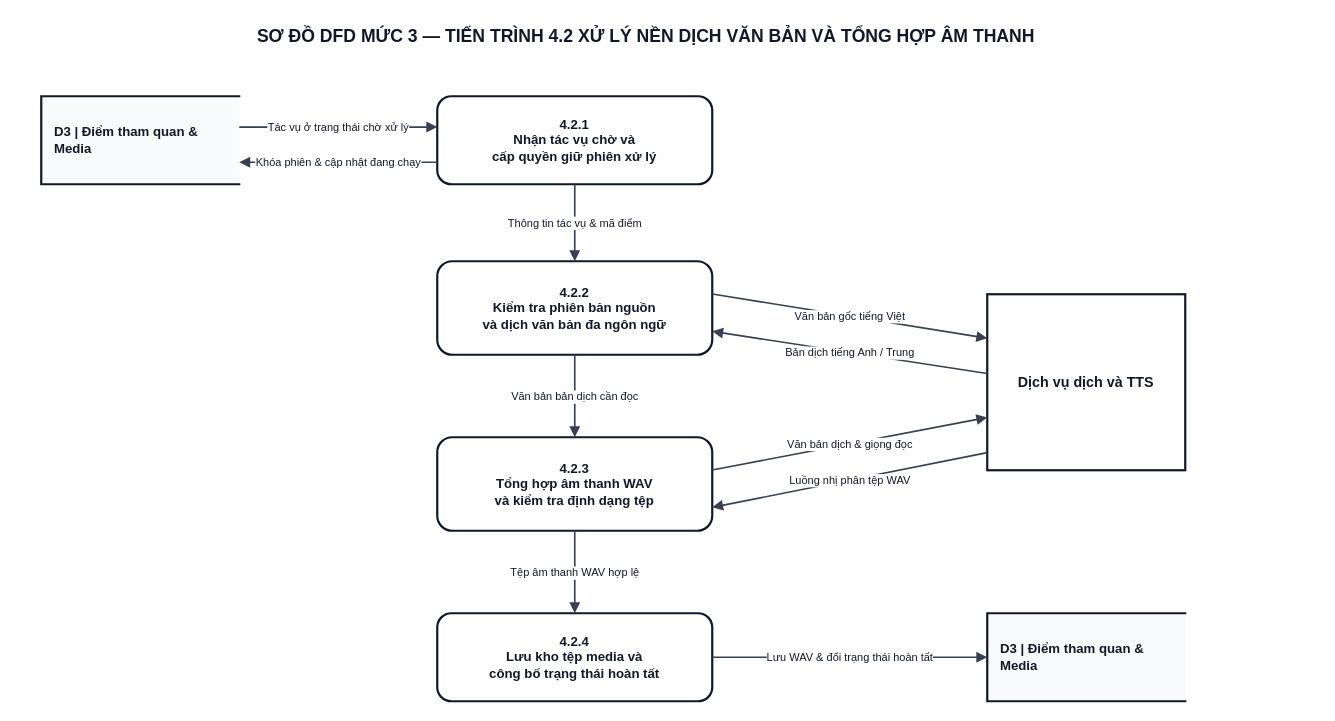
Before: docs/diagram/dfd/DFD_Level_3_P4_2_Pipeline_Translation_TTS.drawio in Kazuken123/prj_sgu26_cnpm, a draw.io diagram. Source tidied: cells renumbered, new cells numbered last; positions are measured from the earlier drawing's top-left corner, leaving out a move shared by most shapes. Both pictures are drawn from the tidied source at 110%, with x=0, y=0 at pixel (30, 19).
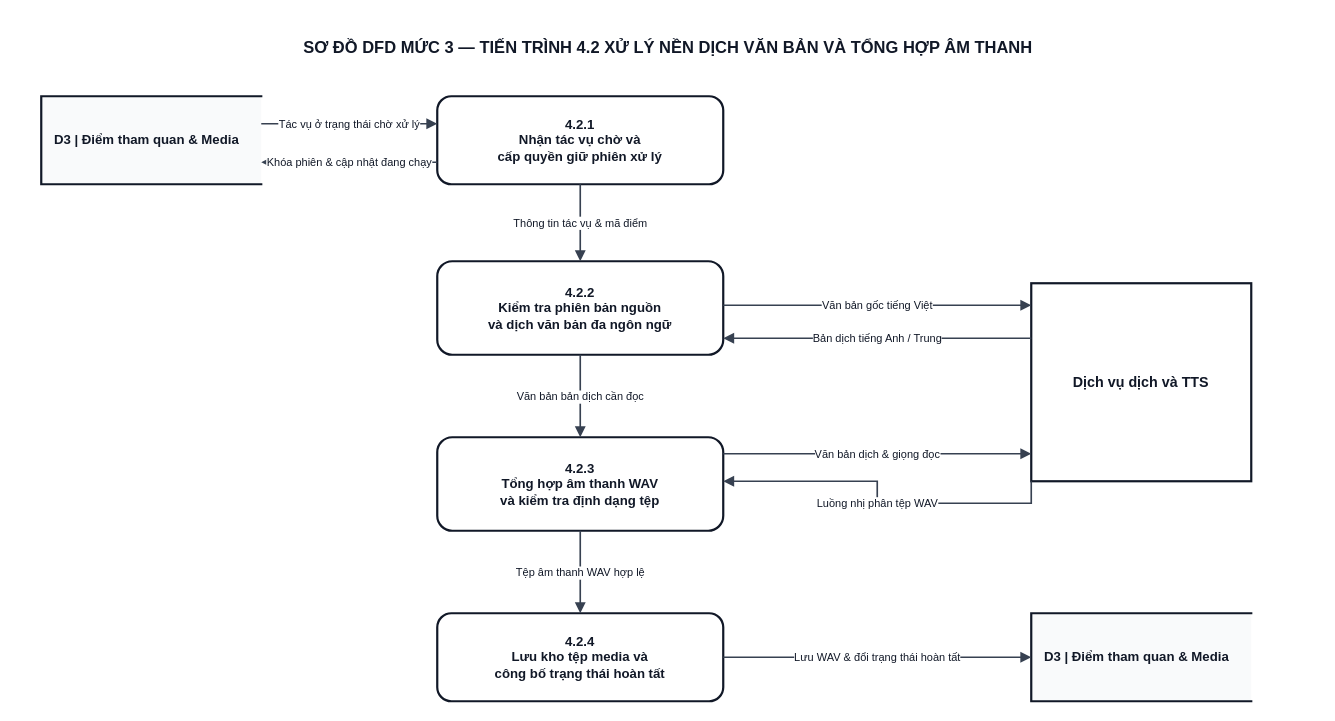
After the change.

The edit, as a diff of the source:
```diff
@@
 <mxGraphModel>
   <root>
     <mxCell id="0" />
     <mxCell id="1" parent="0" />
-    <mxCell id="2" value="SƠ ĐỒ DFD MỨC 3 — TIẾN TRÌNH 4.2 XỬ LÝ NỀN DỊCH VĂN BẢN VÀ TỔNG HỢP ÂM THANH" style="text;html=1;align=center;verticalAlign=middle;whiteSpace=wrap;fontFamily=Arial;fontSize=16;fontStyle=1;fillColor=none;strokeColor=none;fontColor=#111827;" parent="1" vertex="1">
-      <mxGeometry width="1120" height="30" as="geometry" />
+    <mxCell id="2" value="SƠ ĐỒ DFD MỨC 3 — TIẾN TRÌNH 4.2 XỬ LÝ NỀN DỊCH VĂN BẢN VÀ TỔNG HỢP ÂM THANH" style="text;html=1;align=center;verticalAlign=middle;whiteSpace=wrap;fontFamily=Arial;fontSize=15;fontStyle=1;fillColor=none;strokeColor=none;fontColor=#111827;" parent="1" vertex="1">
+      <mxGeometry x="-10" y="10" width="1180" height="30" as="geometry" />
     </mxCell>
     <mxCell id="3" value="&lt;b&gt;4.2.1&lt;/b&gt;&lt;br/&gt;Nhận tác vụ chờ và&lt;br/&gt;cấp quyền giữ phiên xử lý" style="rounded=1;arcSize=16;whiteSpace=wrap;html=1;fillColor=#FFFFFF;strokeColor=#111827;strokeWidth=2;fontFamily=Arial;fontSize=12;fontStyle=1;fontColor=#111827;align=center;" parent="1" vertex="1">
-      <mxGeometry x="370" y="70" width="250" height="80" as="geometry" />
+      <mxGeometry x="370" y="70" width="260" height="80" as="geometry" />
     </mxCell>
     <mxCell id="4" value="&lt;b&gt;4.2.2&lt;/b&gt;&lt;br/&gt;Kiểm tra phiên bản nguồn&lt;br/&gt;và dịch văn bản đa ngôn ngữ" style="rounded=1;arcSize=16;whiteSpace=wrap;html=1;fillColor=#FFFFFF;strokeColor=#111827;strokeWidth=2;fontFamily=Arial;fontSize=12;fontStyle=1;fontColor=#111827;align=center;" parent="1" vertex="1">
-      <mxGeometry x="370" y="220" width="250" height="85" as="geometry" />
+      <mxGeometry x="370" y="220" width="260" height="85" as="geometry" />
     </mxCell>
     <mxCell id="5" value="&lt;b&gt;4.2.3&lt;/b&gt;&lt;br/&gt;Tổng hợp âm thanh WAV&lt;br/&gt;và kiểm tra định dạng tệp" style="rounded=1;arcSize=16;whiteSpace=wrap;html=1;fillColor=#FFFFFF;strokeColor=#111827;strokeWidth=2;fontFamily=Arial;fontSize=12;fontStyle=1;fontColor=#111827;align=center;" parent="1" vertex="1">
-      <mxGeometry x="370" y="380" width="250" height="85" as="geometry" />
+      <mxGeometry x="370" y="380" width="260" height="85" as="geometry" />
     </mxCell>
     <mxCell id="6" value="&lt;b&gt;4.2.4&lt;/b&gt;&lt;br/&gt;Lưu kho tệp media và&lt;br/&gt;công bố trạng thái hoàn tất" style="rounded=1;arcSize=16;whiteSpace=wrap;html=1;fillColor=#FFFFFF;strokeColor=#111827;strokeWidth=2;fontFamily=Arial;fontSize=12;fontStyle=1;fontColor=#111827;align=center;" parent="1" vertex="1">
-      <mxGeometry x="370" y="540" width="250" height="80" as="geometry" />
+      <mxGeometry x="370" y="540" width="260" height="80" as="geometry" />
     </mxCell>
-    <mxCell id="7" value="Thông tin tác vụ &amp; mã điểm" style="rounded=0;html=1;strokeColor=#374151;strokeWidth=1.5;endArrow=block;endFill=1;fontFamily=Arial;fontSize=10;fontColor=#111827;labelBackgroundColor=#FFFFFF;spacing=2;exitX=0.5;exitY=1;exitDx=0;exitDy=0;entryX=0.5;entryY=0;entryDx=0;entryDy=0;edgeStyle=none;" parent="1" edge="1" source="3" target="4">
+    <mxCell id="7" value="Thông tin tác vụ &amp; mã điểm" style="edgeStyle=orthogonalEdgeStyle;rounded=0;jettySize=auto;html=1;strokeColor=#374151;strokeWidth=1.5;endArrow=block;endFill=1;fontFamily=Arial;fontSize=10;fontColor=#111827;labelBackgroundColor=#FFFFFF;spacing=2;exitX=0.5000;exitY=1.0000;exitDx=0;exitDy=0;entryX=0.5000;entryY=0.0000;entryDx=0;entryDy=0;" parent="1" edge="1" source="3" target="4">
       <mxGeometry relative="1" as="geometry" />
     </mxCell>
-    <mxCell id="8" value="Văn bản bản dịch cần đọc" style="rounded=0;html=1;strokeColor=#374151;strokeWidth=1.5;endArrow=block;endFill=1;fontFamily=Arial;fontSize=10;fontColor=#111827;labelBackgroundColor=#FFFFFF;spacing=2;exitX=0.5;exitY=1;exitDx=0;exitDy=0;entryX=0.5;entryY=0;entryDx=0;entryDy=0;edgeStyle=none;" parent="1" edge="1" source="4" target="5">
+    <mxCell id="8" value="Văn bản bản dịch cần đọc" style="edgeStyle=orthogonalEdgeStyle;rounded=0;jettySize=auto;html=1;strokeColor=#374151;strokeWidth=1.5;endArrow=block;endFill=1;fontFamily=Arial;fontSize=10;fontColor=#111827;labelBackgroundColor=#FFFFFF;spacing=2;exitX=0.5000;exitY=1.0000;exitDx=0;exitDy=0;entryX=0.5000;entryY=0.0000;entryDx=0;entryDy=0;" parent="1" edge="1" source="4" target="5">
       <mxGeometry relative="1" as="geometry" />
     </mxCell>
-    <mxCell id="9" value="Tệp âm thanh WAV hợp lệ" style="rounded=0;html=1;strokeColor=#374151;strokeWidth=1.5;endArrow=block;endFill=1;fontFamily=Arial;fontSize=10;fontColor=#111827;labelBackgroundColor=#FFFFFF;spacing=2;exitX=0.5;exitY=1;exitDx=0;exitDy=0;entryX=0.5;entryY=0;entryDx=0;entryDy=0;edgeStyle=none;" parent="1" edge="1" source="5" target="6">
+    <mxCell id="9" value="Tệp âm thanh WAV hợp lệ" style="edgeStyle=orthogonalEdgeStyle;rounded=0;jettySize=auto;html=1;strokeColor=#374151;strokeWidth=1.5;endArrow=block;endFill=1;fontFamily=Arial;fontSize=10;fontColor=#111827;labelBackgroundColor=#FFFFFF;spacing=2;exitX=0.5000;exitY=1.0000;exitDx=0;exitDy=0;entryX=0.5000;entryY=0.0000;entryDx=0;entryDy=0;" parent="1" edge="1" source="5" target="6">
       <mxGeometry relative="1" as="geometry" />
     </mxCell>
     <mxCell id="10" value="&lt;b&gt;D3&lt;/b&gt; | Điểm tham quan &amp; Media" style="shape=partialRectangle;whiteSpace=wrap;html=1;left=1;right=0;top=1;bottom=1;fillColor=#F9FAFB;strokeColor=#111827;strokeWidth=2;fontFamily=Arial;fontSize=12;fontStyle=1;fontColor=#111827;align=left;spacingLeft=10;" parent="1" vertex="1">
-      <mxGeometry x="10" y="70" width="180" height="80" as="geometry" />
+      <mxGeometry x="10" y="70" width="200" height="80" as="geometry" />
     </mxCell>
     <mxCell id="11" value="&lt;b&gt;D3&lt;/b&gt; | Điểm tham quan &amp; Media" style="shape=partialRectangle;whiteSpace=wrap;html=1;left=1;right=0;top=1;bottom=1;fillColor=#F9FAFB;strokeColor=#111827;strokeWidth=2;fontFamily=Arial;fontSize=12;fontStyle=1;fontColor=#111827;align=left;spacingLeft=10;" parent="1" vertex="1">
-      <mxGeometry x="870" y="540" width="180" height="80" as="geometry" />
+      <mxGeometry x="910" y="540" width="200" height="80" as="geometry" />
     </mxCell>
     <mxCell id="12" value="Dịch vụ dịch và TTS" style="rounded=0;whiteSpace=wrap;html=1;fillColor=#FFFFFF;strokeColor=#111827;strokeWidth=2;fontFamily=Arial;fontSize=13;fontStyle=1;fontColor=#111827;align=center;" parent="1" vertex="1">
-      <mxGeometry x="870" y="250" width="180" height="160" as="geometry" />
+      <mxGeometry x="910" y="240" width="200" height="180" as="geometry" />
     </mxCell>
-    <mxCell id="13" value="Tác vụ ở trạng thái chờ xử lý" style="rounded=0;html=1;strokeColor=#374151;strokeWidth=1.5;endArrow=block;endFill=1;fontFamily=Arial;fontSize=10;fontColor=#111827;labelBackgroundColor=#FFFFFF;spacing=2;exitX=1;exitY=0.35;exitDx=0;exitDy=0;entryX=0;entryY=0.35;entryDx=0;entryDy=0;edgeStyle=none;" parent="1" edge="1" source="10" target="3">
+    <mxCell id="13" value="Tác vụ ở trạng thái chờ xử lý" style="edgeStyle=orthogonalEdgeStyle;rounded=0;jettySize=auto;html=1;strokeColor=#374151;strokeWidth=1.5;endArrow=block;endFill=1;fontFamily=Arial;fontSize=10;fontColor=#111827;labelBackgroundColor=#FFFFFF;spacing=2;exitX=1.0000;exitY=0.3125;exitDx=0;exitDy=0;entryX=0.0000;entryY=0.3125;entryDx=0;entryDy=0;" parent="1" edge="1" source="10" target="3">
       <mxGeometry relative="1" as="geometry" />
     </mxCell>
-    <mxCell id="14" value="Khóa phiên &amp; cập nhật đang chạy" style="rounded=0;html=1;strokeColor=#374151;strokeWidth=1.5;endArrow=block;endFill=1;fontFamily=Arial;fontSize=10;fontColor=#111827;labelBackgroundColor=#FFFFFF;spacing=2;exitX=0;exitY=0.75;exitDx=0;exitDy=0;entryX=1;entryY=0.75;entryDx=0;entryDy=0;edgeStyle=none;" parent="1" edge="1" source="3" target="10">
+    <mxCell id="14" value="Khóa phiên &amp; cập nhật đang chạy" style="edgeStyle=orthogonalEdgeStyle;rounded=0;jettySize=auto;html=1;strokeColor=#374151;strokeWidth=1.5;endArrow=block;endFill=1;fontFamily=Arial;fontSize=10;fontColor=#111827;labelBackgroundColor=#FFFFFF;spacing=2;exitX=0.0000;exitY=0.7500;exitDx=0;exitDy=0;entryX=1.0000;entryY=0.7500;entryDx=0;entryDy=0;" parent="1" edge="1" source="3" target="10">
       <mxGeometry relative="1" as="geometry" />
     </mxCell>
-    <mxCell id="15" value="Văn bản gốc tiếng Việt" style="rounded=0;html=1;strokeColor=#374151;strokeWidth=1.5;endArrow=block;endFill=1;fontFamily=Arial;fontSize=10;fontColor=#111827;labelBackgroundColor=#FFFFFF;spacing=2;exitX=1;exitY=0.35;exitDx=0;exitDy=0;entryX=0;entryY=0.25;entryDx=0;entryDy=0;edgeStyle=none;" parent="1" edge="1" source="4" target="12">
+    <mxCell id="15" value="Văn bản gốc tiếng Việt" style="edgeStyle=orthogonalEdgeStyle;rounded=0;jettySize=auto;html=1;strokeColor=#374151;strokeWidth=1.5;endArrow=block;endFill=1;fontFamily=Arial;fontSize=10;fontColor=#111827;labelBackgroundColor=#FFFFFF;spacing=2;exitX=1.0000;exitY=0.4706;exitDx=0;exitDy=0;entryX=0.0000;entryY=0.1111;entryDx=0;entryDy=0;" parent="1" edge="1" source="4" target="12">
       <mxGeometry relative="1" as="geometry" />
     </mxCell>
-    <mxCell id="16" value="Bản dịch tiếng Anh / Trung" style="rounded=0;html=1;strokeColor=#374151;strokeWidth=1.5;endArrow=block;endFill=1;fontFamily=Arial;fontSize=10;fontColor=#111827;labelBackgroundColor=#FFFFFF;spacing=2;exitX=0;exitY=0.45;exitDx=0;exitDy=0;entryX=1;entryY=0.75;entryDx=0;entryDy=0;edgeStyle=none;" parent="1" edge="1" source="12" target="4">
+    <mxCell id="16" value="Bản dịch tiếng Anh / Trung" style="edgeStyle=orthogonalEdgeStyle;rounded=0;jettySize=auto;html=1;strokeColor=#374151;strokeWidth=1.5;endArrow=block;endFill=1;fontFamily=Arial;fontSize=10;fontColor=#111827;labelBackgroundColor=#FFFFFF;spacing=2;exitX=0.0000;exitY=0.2778;exitDx=0;exitDy=0;entryX=1.0000;entryY=0.8235;entryDx=0;entryDy=0;" parent="1" edge="1" source="12" target="4">
       <mxGeometry relative="1" as="geometry" />
     </mxCell>
-    <mxCell id="17" value="Văn bản dịch &amp; giọng đọc" style="rounded=0;html=1;strokeColor=#374151;strokeWidth=1.5;endArrow=block;endFill=1;fontFamily=Arial;fontSize=10;fontColor=#111827;labelBackgroundColor=#FFFFFF;spacing=2;exitX=1;exitY=0.35;exitDx=0;exitDy=0;entryX=0;entryY=0.7;entryDx=0;entryDy=0;edgeStyle=none;" parent="1" edge="1" source="5" target="12">
+    <mxCell id="17" value="Văn bản dịch &amp; giọng đọc" style="edgeStyle=orthogonalEdgeStyle;rounded=0;jettySize=auto;html=1;strokeColor=#374151;strokeWidth=1.5;endArrow=block;endFill=1;fontFamily=Arial;fontSize=10;fontColor=#111827;labelBackgroundColor=#FFFFFF;spacing=2;exitX=1.0000;exitY=0.1765;exitDx=0;exitDy=0;entryX=0.0000;entryY=0.8611;entryDx=0;entryDy=0;" parent="1" edge="1" source="5" target="12">
       <mxGeometry relative="1" as="geometry" />
     </mxCell>
-    <mxCell id="18" value="Luồng nhị phân tệp WAV" style="rounded=0;html=1;strokeColor=#374151;strokeWidth=1.5;endArrow=block;endFill=1;fontFamily=Arial;fontSize=10;fontColor=#111827;labelBackgroundColor=#FFFFFF;spacing=2;exitX=0;exitY=0.9;exitDx=0;exitDy=0;entryX=1;entryY=0.75;entryDx=0;entryDy=0;edgeStyle=none;" parent="1" edge="1" source="12" target="5">
+    <mxCell id="18" value="Luồng nhị phân tệp WAV" style="edgeStyle=orthogonalEdgeStyle;rounded=0;jettySize=auto;html=1;strokeColor=#374151;strokeWidth=1.5;endArrow=block;endFill=1;fontFamily=Arial;fontSize=10;fontColor=#111827;labelBackgroundColor=#FFFFFF;spacing=2;exitX=0.0000;exitY=1.0000;exitDx=0;exitDy=0;entryX=1.0000;entryY=0.4706;entryDx=0;entryDy=0;" parent="1" edge="1" source="12" target="5">
       <mxGeometry relative="1" as="geometry" />
     </mxCell>
-    <mxCell id="19" value="Lưu WAV &amp; đổi trạng thái hoàn tất" style="rounded=0;html=1;strokeColor=#374151;strokeWidth=1.5;endArrow=block;endFill=1;fontFamily=Arial;fontSize=10;fontColor=#111827;labelBackgroundColor=#FFFFFF;spacing=2;exitX=1;exitY=0.5;exitDx=0;exitDy=0;entryX=0;entryY=0.5;entryDx=0;entryDy=0;edgeStyle=none;" parent="1" edge="1" source="6" target="11">
+    <mxCell id="19" value="Lưu WAV &amp; đổi trạng thái hoàn tất" style="edgeStyle=orthogonalEdgeStyle;rounded=0;jettySize=auto;html=1;strokeColor=#374151;strokeWidth=1.5;endArrow=block;endFill=1;fontFamily=Arial;fontSize=10;fontColor=#111827;labelBackgroundColor=#FFFFFF;spacing=2;exitX=1.0000;exitY=0.5000;exitDx=0;exitDy=0;entryX=0.0000;entryY=0.5000;entryDx=0;entryDy=0;" parent="1" edge="1" source="6" target="11">
       <mxGeometry relative="1" as="geometry" />
     </mxCell>
   </root>
 </mxGraphModel>
```
